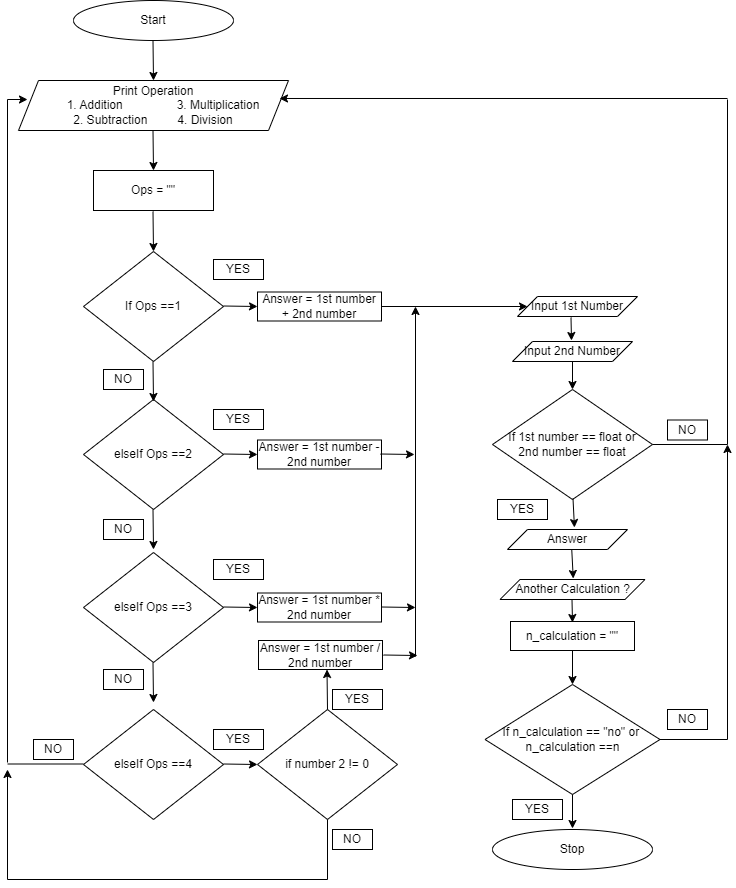
Above: Simplecalculator.png in atapleras/phman19-calcu-repo (draw.io), before the change. Source tidied: cells renumbered, new cells last; positions are measured from the earlier drawing's top-left corner, leaving out a move shared by most shapes.
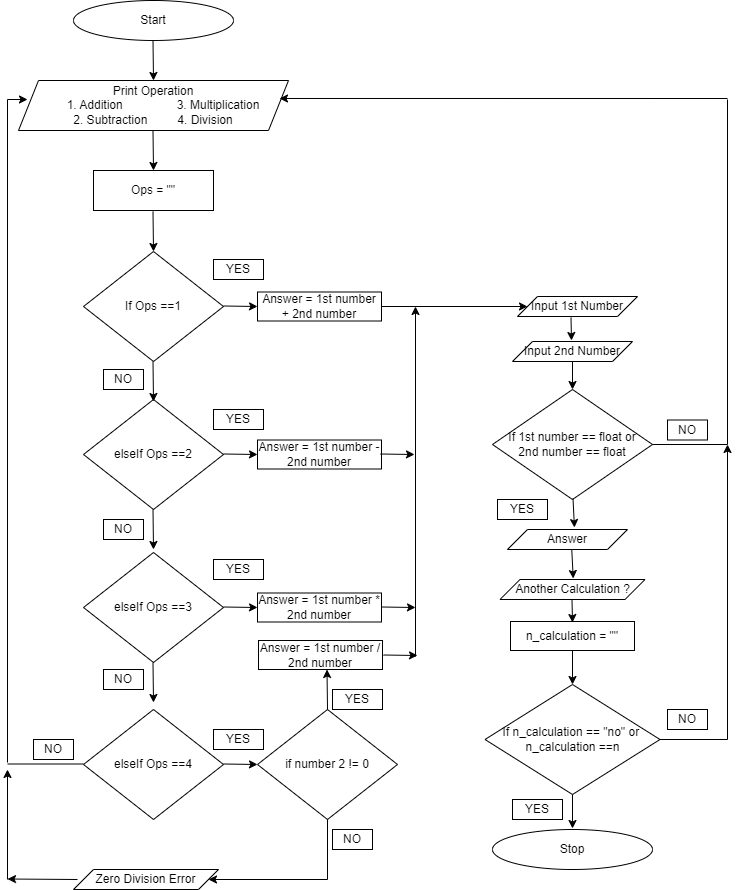
The same diagram one commit later.

What changed in the source:
```diff
@@ -187,12 +187,6 @@
         <mxPoint x="76" y="763.5" as="targetPoint" />
       </mxGeometry>
     </mxCell>
-    <mxCell id="46" style="endArrow=none;html=1;rounded=0;" parent="1" edge="1">
-      <mxGeometry relative="1" as="geometry">
-        <mxPoint y="879" as="sourcePoint" />
-        <mxPoint x="320" y="879" as="targetPoint" />
-      </mxGeometry>
-    </mxCell>
     <mxCell id="47" style="endArrow=classic;html=1;rounded=0;" parent="1" edge="1">
       <mxGeometry relative="1" as="geometry">
         <mxPoint y="879" as="sourcePoint" />
@@ -300,5 +294,19 @@
     <mxCell id="70" value="NO" style="rounded=0;whiteSpace=wrap;html=1;" parent="1" vertex="1">
       <mxGeometry x="660" y="709" width="40" height="20" as="geometry" />
     </mxCell>
+    <mxCell id="71" value="Zero Division Error" style="shape=parallelogram;perimeter=parallelogramPerimeter;whiteSpace=wrap;html=1;fixedSize=1;" parent="1" vertex="1">
+      <mxGeometry x="66" y="869" width="145" height="20" as="geometry" />
+    </mxCell>
+    <mxCell id="72" style="endArrow=classic;html=1;rounded=0;entryX=1;entryY=0.5;entryDx=0;entryDy=0;" parent="1" edge="1" target="71">
+      <mxGeometry relative="1" as="geometry">
+        <mxPoint x="320" y="879" as="sourcePoint" />
+      </mxGeometry>
+    </mxCell>
+    <mxCell id="73" style="endArrow=classic;html=1;rounded=0;entryX=1;entryY=0.5;entryDx=0;entryDy=0;" parent="1" edge="1">
+      <mxGeometry relative="1" as="geometry">
+        <mxPoint x="70" y="879" as="sourcePoint" />
+        <mxPoint y="878.5" as="targetPoint" />
+      </mxGeometry>
+    </mxCell>
   </root>
 </mxGraphModel>
```
